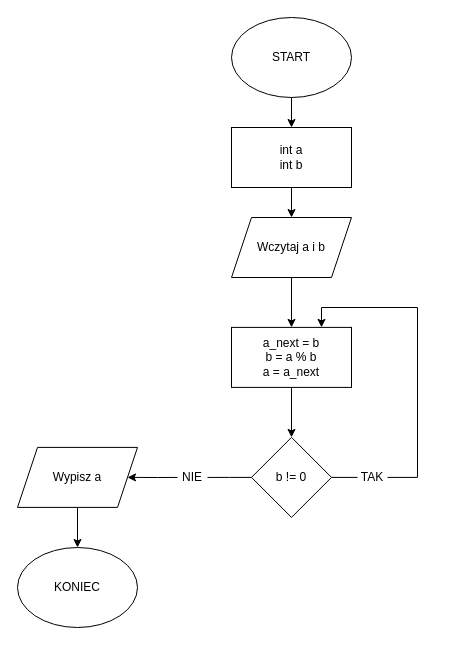
The draw.io diagram page "zadanie_1_II_rekurencja" (2 of 4) of aisd/lab3.drawio.xml in xparadoxical/wsiz, before the edit. Source tidied: cells renumbered, new cells numbered last; positions are measured from the earlier drawing's top-left corner, leaving out a move shared by most shapes. Both pictures are drawn from the tidied source at 100%, with x=0, y=0 at pixel (17, 17).
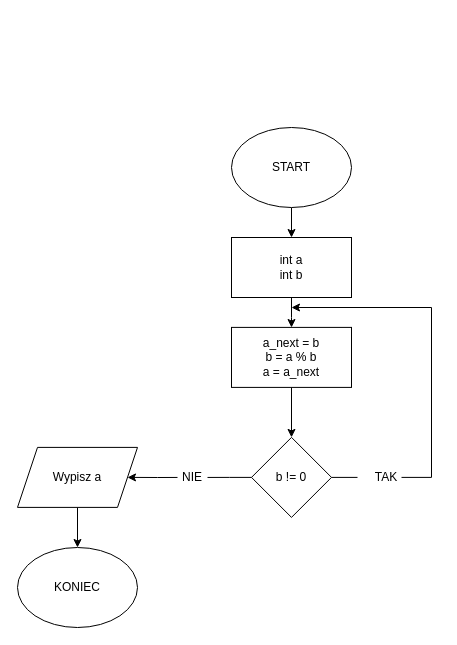
The same page after the edit.

Unchanged cells that the change refers to:
```xml
<mxCell id="5" value="a_next = b&lt;br&gt;b = a % b&lt;br&gt;a = a_next" style="rounded=0;whiteSpace=wrap;html=1;" parent="1" vertex="1">
  <mxGeometry x="214" y="309.9" width="120" height="60" as="geometry" />
</mxCell>
<mxCell id="9" value="b != 0" style="rhombus;whiteSpace=wrap;html=1;" parent="1" vertex="1">
  <mxGeometry x="234" y="419.9" width="80" height="80" as="geometry" />
</mxCell>
```

What changed in the source:
```diff
@@
     <mxCell id="3" value="START" style="ellipse;whiteSpace=wrap;html=1;" parent="1" vertex="1">
-      <mxGeometry x="214" width="120" height="80" as="geometry" />
+      <mxGeometry x="214" y="110" width="120" height="80" as="geometry" />
     </mxCell>
@@
-    <mxCell id="11" style="edgeStyle=orthogonalEdgeStyle;rounded=0;jettySize=auto;html=1;" parent="1" edge="1" source="12" target="14">
-      <mxGeometry relative="1" as="geometry" />
+    <mxCell id="11" style="edgeStyle=orthogonalEdgeStyle;rounded=0;jettySize=auto;html=1;" parent="1" edge="1" source="12">
+      <mxGeometry relative="1" as="geometry">
+        <mxPoint x="274" y="310" as="targetPoint" />
+      </mxGeometry>
     </mxCell>
     <mxCell id="12" value="int a&lt;br&gt;int b" style="rounded=0;whiteSpace=wrap;html=1;" parent="1" vertex="1">
-      <mxGeometry x="214" y="110" width="120" height="60" as="geometry" />
+      <mxGeometry x="214" y="220" width="120" height="60" as="geometry" />
     </mxCell>
-    <mxCell id="13" style="edgeStyle=orthogonalEdgeStyle;rounded=0;jettySize=auto;html=1;" parent="1" edge="1" source="14" target="5">
-      <mxGeometry relative="1" as="geometry" />
-    </mxCell>
-    <mxCell id="14" value="Wczytaj a i b" style="shape=parallelogram;perimeter=parallelogramPerimeter;whiteSpace=wrap;html=1;fixedSize=1;" parent="1" vertex="1">
-      <mxGeometry x="214" y="200" width="120" height="60" as="geometry" />
-    </mxCell>
-    <mxCell id="15" style="edgeStyle=orthogonalEdgeStyle;rounded=0;jettySize=auto;html=1;exitX=1;exitY=0.5;exitDx=0;exitDy=0;entryX=0;entryY=0.5;entryDx=0;entryDy=0;endArrow=none;" parent="1" edge="1" source="9" target="17">
-      <mxGeometry relative="1" as="geometry" />
+    <mxCell id="15" style="edgeStyle=orthogonalEdgeStyle;rounded=0;jettySize=auto;html=1;exitX=1;exitY=0.5;exitDx=0;exitDy=0;entryX=0;entryY=0.5;entryDx=0;entryDy=0;endArrow=none;" parent="1" edge="1" source="9">
+      <mxGeometry relative="1" as="geometry">
+        <mxPoint x="340" y="460" as="targetPoint" />
+      </mxGeometry>
     </mxCell>
-    <mxCell id="16" style="edgeStyle=orthogonalEdgeStyle;rounded=0;jettySize=auto;html=1;exitX=1;exitY=0.5;exitDx=0;exitDy=0;entryX=0.75;entryY=0;entryDx=0;entryDy=0;" parent="1" edge="1" source="17" target="5">
+    <mxCell id="16" style="edgeStyle=orthogonalEdgeStyle;rounded=0;jettySize=auto;html=1;exitX=1;exitY=0.5;exitDx=0;exitDy=0;" parent="1" edge="1" source="17">
       <mxGeometry relative="1" as="geometry">
+        <mxPoint x="274" y="290" as="targetPoint" />
         <Array as="points">
-          <mxPoint x="400" y="460" />
-          <mxPoint x="400" y="290" />
-          <mxPoint x="304" y="290" />
+          <mxPoint x="414" y="460" />
+          <mxPoint x="414" y="290" />
         </Array>
       </mxGeometry>
     </mxCell>
     <mxCell id="17" value="TAK" style="text;html=1;strokeColor=none;fillColor=none;align=center;verticalAlign=middle;whiteSpace=wrap;rounded=0;" parent="1" vertex="1">
-      <mxGeometry x="340" y="452.4" width="30" height="15" as="geometry" />
+      <mxGeometry x="354" y="452.4" width="30" height="15" as="geometry" />
     </mxCell>
```
